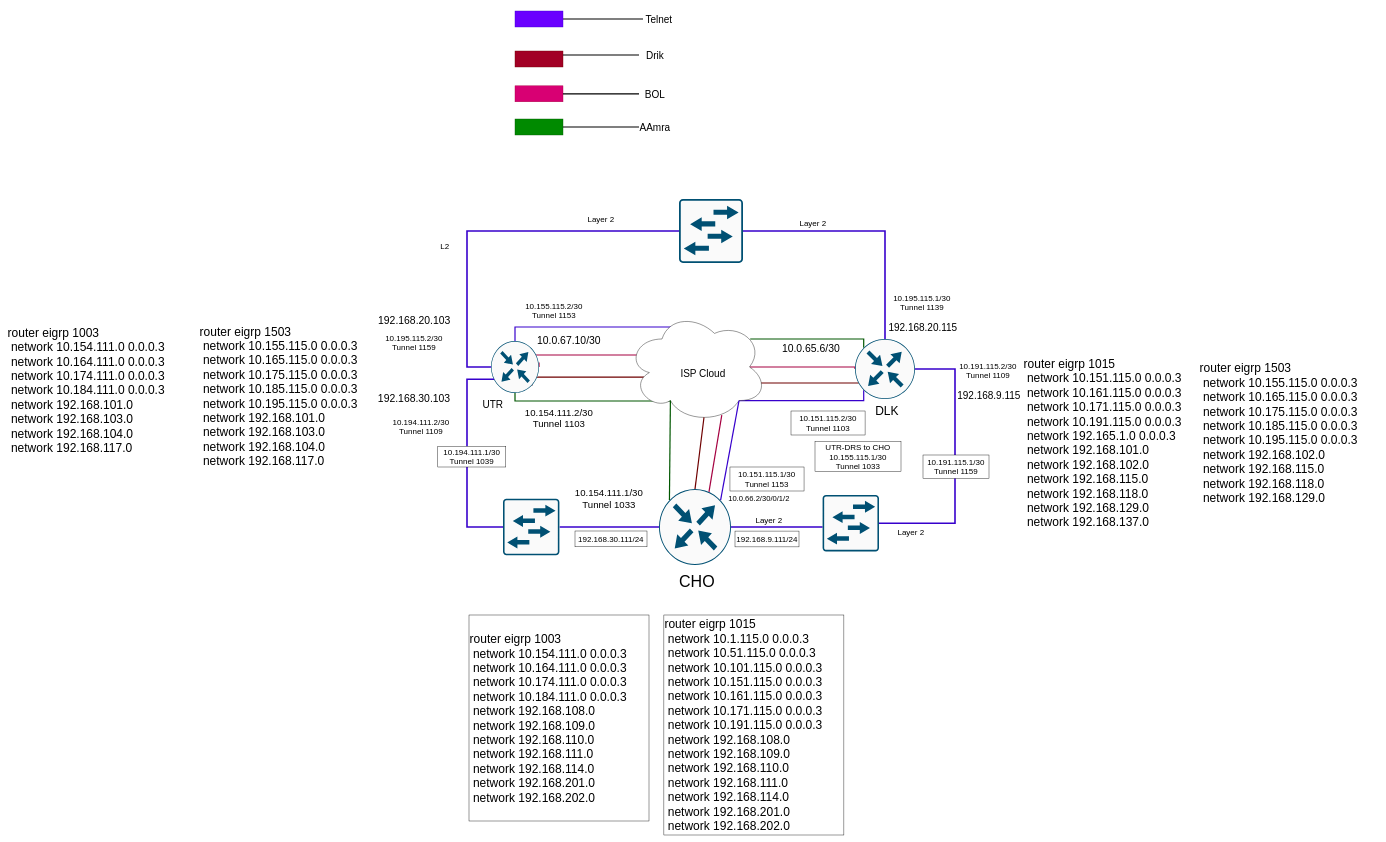
touhidece/prtg-addons keeps this draw.io diagram as Topology.drawio. Above is the earlier version. Source tidied: cells renumbered, new cells numbered last; positions are measured from the earlier drawing's top-left corner, leaving out a move shared by most shapes. Both pictures are drawn from the tidied source at 40%, with x=0, y=0 at pixel (7, 7).
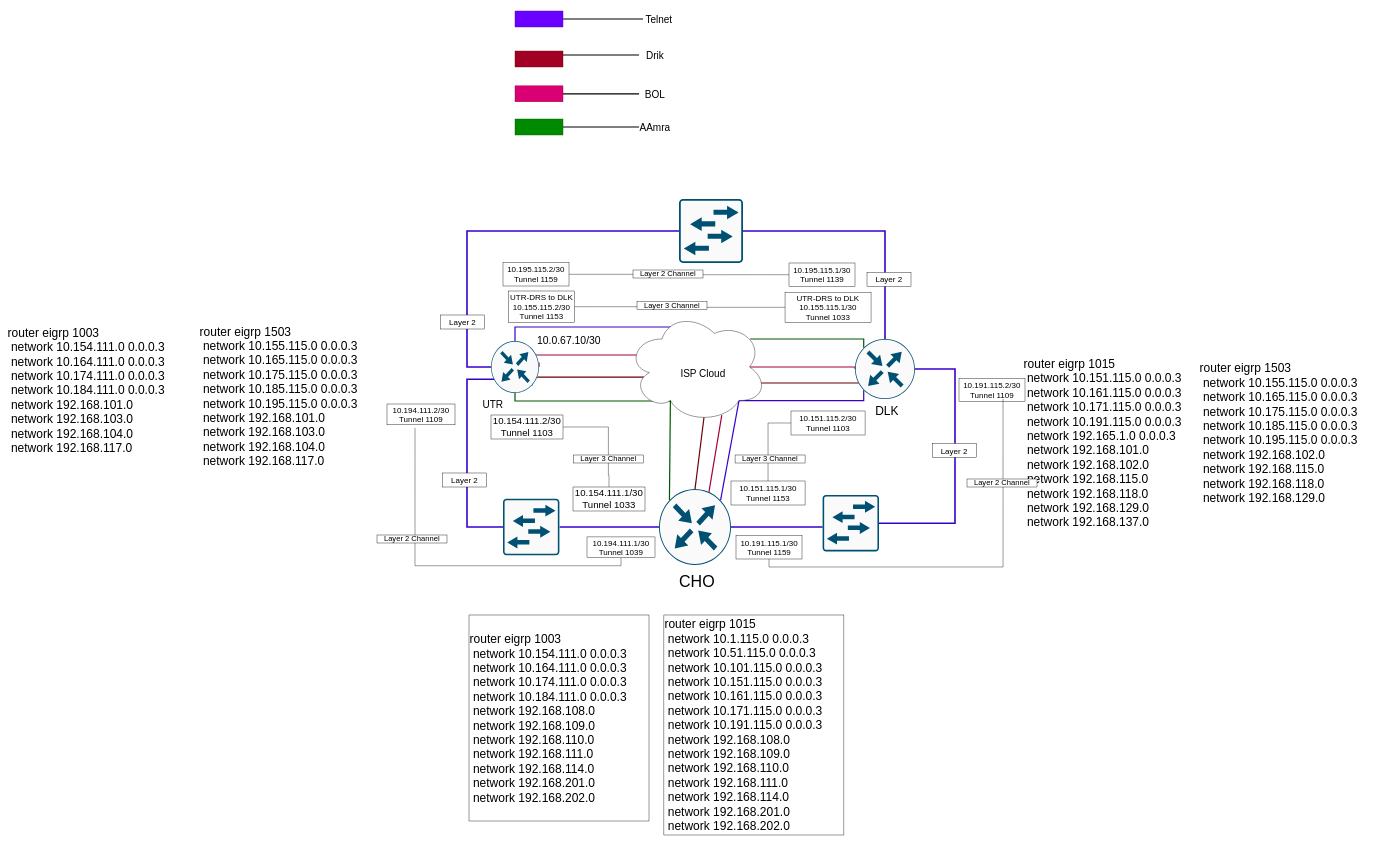
The same diagram, later.

Unchanged cells that the change refers to:
```xml
<mxCell id="57" value="&lt;font style=&quot;font-size: 20px&quot;&gt;&lt;span&gt;10.151.115.2/30&lt;/span&gt;&lt;br&gt;&lt;span&gt;Tunnel 1103&lt;/span&gt;&lt;br&gt;&lt;/font&gt;" style="text;html=1;fillColor=none;align=center;verticalAlign=middle;whiteSpace=wrap;rounded=0;strokeColor=#000000;" parent="1" vertex="1">
  <mxGeometry x="1960" y="1010" width="185.2" height="60" as="geometry" />
</mxCell>
```

Change to the diagram source:
```diff
@@
-    <mxCell id="31" value="&lt;font style=&quot;font-size: 20px&quot;&gt;L2&lt;/font&gt;" style="text;html=1;strokeColor=none;fillColor=none;align=center;verticalAlign=middle;whiteSpace=wrap;rounded=0;" parent="1" vertex="1">
-      <mxGeometry x="1070" y="580" width="50" height="35" as="geometry" />
-    </mxCell>
@@
-    <mxCell id="44" value="&lt;font style=&quot;font-size: 20px&quot;&gt;192.168.9.111/24&lt;/font&gt;" style="text;html=1;fillColor=none;align=center;verticalAlign=middle;whiteSpace=wrap;rounded=0;strokeWidth=1;strokeColor=#000000;" parent="1" vertex="1">
-      <mxGeometry x="1820" y="1310.2" width="160" height="39.5" as="geometry" />
-    </mxCell>
-    <mxCell id="45" value="&lt;font style=&quot;font-size: 20px&quot;&gt;&lt;font style=&quot;font-size: 20px&quot;&gt;192.168.30.111&lt;/font&gt;&lt;font style=&quot;font-size: 20px&quot;&gt;/24&lt;/font&gt;&lt;/font&gt;" style="text;html=1;fillColor=none;align=center;verticalAlign=middle;whiteSpace=wrap;rounded=0;strokeWidth=1;strokeColor=#000000;" parent="1" vertex="1">
-      <mxGeometry x="1420" y="1310" width="180" height="39.5" as="geometry" />
-    </mxCell>
-    <mxCell id="46" value="&lt;font style=&quot;font-size: 19px&quot;&gt;10.0.66.2/30/0/1/2&lt;/font&gt;" style="text;html=1;strokeColor=none;fillColor=none;align=center;verticalAlign=middle;whiteSpace=wrap;rounded=0;strokeWidth=8;" parent="1" vertex="1">
-      <mxGeometry x="1800" y="1210" width="160" height="39.5" as="geometry" />
-    </mxCell>
-    <mxCell id="47" value="&lt;font style=&quot;font-size: 26px&quot;&gt;192.168.20.103&lt;/font&gt;" style="text;html=1;strokeColor=none;fillColor=none;align=center;verticalAlign=middle;whiteSpace=wrap;rounded=0;" parent="1" vertex="1">
-      <mxGeometry x="915.5" y="768.5" width="204.5" height="30" as="geometry" />
-    </mxCell>
-    <mxCell id="48" value="&lt;span style=&quot;font-size: 26px&quot;&gt;192.168.30.103&lt;/span&gt;" style="text;html=1;strokeColor=none;fillColor=none;align=center;verticalAlign=middle;whiteSpace=wrap;rounded=0;" parent="1" vertex="1">
-      <mxGeometry x="927.8" y="970" width="180" height="20" as="geometry" />
-    </mxCell>
@@
-    <mxCell id="50" value="&lt;span style=&quot;font-size: 25px&quot;&gt;192.168.9.115&lt;/span&gt;" style="text;html=1;strokeColor=none;fillColor=none;align=center;verticalAlign=middle;whiteSpace=wrap;rounded=0;strokeWidth=8;" parent="1" vertex="1">
-      <mxGeometry x="2370" y="950.5" width="170" height="39.5" as="geometry" />
-    </mxCell>
-    <mxCell id="51" value="&lt;span style=&quot;font-size: 25px&quot;&gt;192.168.20.115&lt;/span&gt;" style="text;html=1;strokeColor=none;fillColor=none;align=center;verticalAlign=middle;whiteSpace=wrap;rounded=0;strokeWidth=8;" parent="1" vertex="1">
-      <mxGeometry x="2200" y="780" width="180" height="39.5" as="geometry" />
-    </mxCell>
-    <mxCell id="52" value="&lt;span style=&quot;font-size: 26px&quot;&gt;10.0.65.6/30&lt;/span&gt;" style="text;html=1;strokeColor=none;fillColor=none;align=center;verticalAlign=middle;whiteSpace=wrap;rounded=0;" parent="1" vertex="1">
-      <mxGeometry x="1920" y="830" width="179.5" height="50" as="geometry" />
-    </mxCell>
@@
+    <mxCell id="75" style="edgeStyle=orthogonalEdgeStyle;rounded=0;jettySize=auto;html=1;exitX=0.5;exitY=0;exitDx=0;exitDy=0;entryX=1;entryY=0.5;entryDx=0;entryDy=0;endArrow=none;endFill=0;" parent="1" edge="1" source="85" target="62">
+      <mxGeometry relative="1" as="geometry" />
+    </mxCell>
-    <mxCell id="54" value="&lt;font&gt;&lt;span style=&quot;font-size: 24px&quot;&gt;10.154.111.1/30&lt;/span&gt;&lt;br&gt;&lt;span style=&quot;font-size: 24px&quot;&gt;Tunnel 1033&lt;/span&gt;&lt;br&gt;&lt;/font&gt;" style="text;html=1;strokeColor=none;fillColor=none;align=center;verticalAlign=middle;whiteSpace=wrap;rounded=0;" parent="1" vertex="1">
+    <mxCell id="54" value="&lt;font&gt;&lt;span style=&quot;font-size: 24px&quot;&gt;10.154.111.1/30&lt;/span&gt;&lt;br&gt;&lt;span style=&quot;font-size: 24px&quot;&gt;Tunnel 1033&lt;/span&gt;&lt;br&gt;&lt;/font&gt;" style="text;html=1;fillColor=none;align=center;verticalAlign=middle;whiteSpace=wrap;rounded=0;strokeColor=#000000;" parent="1" vertex="1">
       <mxGeometry x="1415" y="1200" width="180" height="60" as="geometry" />
     </mxCell>
+    <mxCell id="76" style="edgeStyle=orthogonalEdgeStyle;rounded=0;jettySize=auto;html=1;exitX=0.5;exitY=1;exitDx=0;exitDy=0;entryX=0.412;entryY=1.144;entryDx=0;entryDy=0;entryPerimeter=0;endArrow=none;endFill=0;" parent="1" edge="1" source="55" target="63">
+      <mxGeometry relative="1" as="geometry" />
+    </mxCell>
     <mxCell id="55" value="&lt;font style=&quot;font-size: 20px&quot;&gt;10.194.111.1/30&lt;br&gt;Tunnel 1039&lt;br&gt;&lt;/font&gt;" style="text;html=1;align=center;verticalAlign=middle;whiteSpace=wrap;rounded=0;strokeColor=#000000;fillColor=#ffffff;" parent="1" vertex="1">
-      <mxGeometry x="1077" y="1098" width="170" height="52" as="geometry" />
+      <mxGeometry x="1450" y="1324.8" width="170" height="52" as="geometry" />
     </mxCell>
     <mxCell id="56" value="&lt;font style=&quot;font-size: 20px&quot;&gt;&lt;span&gt;10.151.115.1/30&lt;/span&gt;&lt;br&gt;&lt;span&gt;Tunnel 1153&lt;/span&gt;&lt;br&gt;&lt;/font&gt;" style="text;html=1;fillColor=none;align=center;verticalAlign=middle;whiteSpace=wrap;rounded=0;strokeColor=#000000;" parent="1" vertex="1">
-      <mxGeometry x="1807.4" y="1150" width="185.2" height="60" as="geometry" />
+      <mxGeometry x="1810" y="1185" width="185.2" height="60" as="geometry" />
     </mxCell>
+    <mxCell id="77" style="edgeStyle=orthogonalEdgeStyle;rounded=0;jettySize=auto;html=1;exitX=0;exitY=0.5;exitDx=0;exitDy=0;endArrow=none;endFill=0;" parent="1" edge="1" source="57" target="56">
+      <mxGeometry relative="1" as="geometry" />
+    </mxCell>
@@
-    <mxCell id="58" value="&lt;font style=&quot;font-size: 20px&quot;&gt;&lt;span&gt;10.191.115.2/30&lt;/span&gt;&lt;br&gt;&lt;span&gt;Tunnel 1109&lt;/span&gt;&lt;br&gt;&lt;/font&gt;" style="text;html=1;strokeColor=none;fillColor=none;align=center;verticalAlign=middle;whiteSpace=wrap;rounded=0;" parent="1" vertex="1">
-      <mxGeometry x="2370" y="880" width="165" height="58.5" as="geometry" />
+    <mxCell id="58" value="&lt;font style=&quot;font-size: 20px&quot;&gt;&lt;span&gt;10.191.115.2/30&lt;/span&gt;&lt;br&gt;&lt;span&gt;Tunnel 1109&lt;/span&gt;&lt;br&gt;&lt;/font&gt;" style="text;html=1;align=center;verticalAlign=middle;whiteSpace=wrap;rounded=0;strokeColor=#000000;fillColor=#ffffff;" parent="1" vertex="1">
+      <mxGeometry x="2380" y="928.2" width="165" height="58.5" as="geometry" />
     </mxCell>
-    <mxCell id="59" value="&lt;font&gt;&lt;span style=&quot;font-size: 20px&quot;&gt;10.195.115.1/30&lt;/span&gt;&lt;br&gt;&lt;span style=&quot;font-size: 20px&quot;&gt;Tunnel 1139&lt;/span&gt;&lt;br&gt;&lt;/font&gt;" style="text;html=1;strokeColor=none;fillColor=none;align=center;verticalAlign=middle;whiteSpace=wrap;rounded=0;" parent="1" vertex="1">
-      <mxGeometry x="2205" y="710" width="165" height="58.5" as="geometry" />
+    <mxCell id="59" value="&lt;font&gt;&lt;span style=&quot;font-size: 20px&quot;&gt;10.195.115.1/30&lt;/span&gt;&lt;br&gt;&lt;span style=&quot;font-size: 20px&quot;&gt;Tunnel 1139&lt;/span&gt;&lt;br&gt;&lt;/font&gt;" style="text;html=1;fillColor=none;align=center;verticalAlign=middle;whiteSpace=wrap;rounded=0;strokeColor=#000000;" parent="1" vertex="1">
+      <mxGeometry x="1955" y="640" width="165" height="58.5" as="geometry" />
     </mxCell>
-    <mxCell id="60" value="&lt;font&gt;&lt;span style=&quot;font-size: 20px&quot;&gt;UTR-DRS to CHO&lt;br&gt;10.155.115.1/30&lt;/span&gt;&lt;br&gt;&lt;span style=&quot;font-size: 20px&quot;&gt;Tunnel 1033&lt;/span&gt;&lt;br&gt;&lt;/font&gt;" style="text;html=1;fillColor=none;align=center;verticalAlign=middle;whiteSpace=wrap;rounded=0;strokeColor=#000000;" parent="1" vertex="1">
-      <mxGeometry x="2020" y="1086.4" width="215" height="75.2" as="geometry" />
+    <mxCell id="60" value="&lt;font&gt;&lt;span style=&quot;font-size: 20px&quot;&gt;UTR-DRS to DLK&lt;br&gt;10.155.115.1/30&lt;/span&gt;&lt;br&gt;&lt;span style=&quot;font-size: 20px&quot;&gt;Tunnel 1033&lt;/span&gt;&lt;br&gt;&lt;/font&gt;" style="text;html=1;fillColor=none;align=center;verticalAlign=middle;whiteSpace=wrap;rounded=0;strokeColor=#000000;" parent="1" vertex="1">
+      <mxGeometry x="1945.1" y="713.2" width="215" height="75.2" as="geometry" />
     </mxCell>
+    <mxCell id="78" style="edgeStyle=orthogonalEdgeStyle;rounded=0;jettySize=auto;html=1;exitX=1;exitY=0.5;exitDx=0;exitDy=0;entryX=0;entryY=0.5;entryDx=0;entryDy=0;endArrow=none;endFill=0;fontSize=19;" parent="1" edge="1" source="61" target="60">
+      <mxGeometry relative="1" as="geometry" />
+    </mxCell>
-    <mxCell id="61" value="&lt;font&gt;&lt;span style=&quot;font-size: 20px&quot;&gt;10.155.115.2/30&lt;/span&gt;&lt;br&gt;&lt;span style=&quot;font-size: 20px&quot;&gt;Tunnel 1153&lt;/span&gt;&lt;br&gt;&lt;/font&gt;" style="text;html=1;strokeColor=none;fillColor=none;align=center;verticalAlign=middle;whiteSpace=wrap;rounded=0;" parent="1" vertex="1">
-      <mxGeometry x="1285" y="730" width="165" height="58.5" as="geometry" />
+    <mxCell id="61" value="&lt;font&gt;&lt;span style=&quot;font-size: 20px&quot;&gt;UTR-DRS to DLK&lt;br&gt;10.155.115.2/30&lt;/span&gt;&lt;br&gt;&lt;span style=&quot;font-size: 20px&quot;&gt;Tunnel 1153&lt;/span&gt;&lt;br&gt;&lt;/font&gt;" style="text;html=1;fillColor=none;align=center;verticalAlign=middle;whiteSpace=wrap;rounded=0;strokeColor=#000000;" parent="1" vertex="1">
+      <mxGeometry x="1254" y="710" width="165" height="78.5" as="geometry" />
     </mxCell>
-    <mxCell id="62" value="&lt;font&gt;&lt;span style=&quot;font-size: 24px&quot;&gt;10.154.111.2/30&lt;/span&gt;&lt;br&gt;&lt;span style=&quot;font-size: 24px&quot;&gt;Tunnel 1103&lt;/span&gt;&lt;br&gt;&lt;/font&gt;" style="text;html=1;strokeColor=none;fillColor=none;align=center;verticalAlign=middle;whiteSpace=wrap;rounded=0;" parent="1" vertex="1">
-      <mxGeometry x="1290" y="997.5" width="180" height="60" as="geometry" />
+    <mxCell id="62" value="&lt;font&gt;&lt;span style=&quot;font-size: 24px&quot;&gt;10.154.111.2/30&lt;/span&gt;&lt;br&gt;&lt;span style=&quot;font-size: 24px&quot;&gt;Tunnel 1103&lt;/span&gt;&lt;br&gt;&lt;/font&gt;" style="text;html=1;fillColor=none;align=center;verticalAlign=middle;whiteSpace=wrap;rounded=0;strokeColor=#000000;" parent="1" vertex="1">
+      <mxGeometry x="1210" y="1020" width="180" height="60" as="geometry" />
     </mxCell>
-    <mxCell id="63" value="&lt;font style=&quot;font-size: 20px&quot;&gt;10.194.111.2/30&lt;br&gt;Tunnel 1109&lt;br&gt;&lt;/font&gt;" style="text;html=1;strokeColor=none;fillColor=none;align=center;verticalAlign=middle;whiteSpace=wrap;rounded=0;" parent="1" vertex="1">
-      <mxGeometry x="950" y="1022.5" width="170" height="52" as="geometry" />
+    <mxCell id="63" value="&lt;font style=&quot;font-size: 20px&quot;&gt;10.194.111.2/30&lt;br&gt;Tunnel 1109&lt;br&gt;&lt;/font&gt;" style="text;html=1;fillColor=none;align=center;verticalAlign=middle;whiteSpace=wrap;rounded=0;strokeColor=#000000;" parent="1" vertex="1">
+      <mxGeometry x="950" y="992.5" width="170" height="52" as="geometry" />
     </mxCell>
+    <mxCell id="79" style="edgeStyle=orthogonalEdgeStyle;rounded=0;jettySize=auto;html=1;exitX=1;exitY=0.5;exitDx=0;exitDy=0;entryX=0;entryY=0.5;entryDx=0;entryDy=0;endArrow=none;endFill=0;" parent="1" edge="1" source="64" target="59">
+      <mxGeometry relative="1" as="geometry" />
+    </mxCell>
-    <mxCell id="64" value="&lt;font&gt;&lt;span style=&quot;font-size: 20px&quot;&gt;10.195.115.2/30&lt;/span&gt;&lt;br&gt;&lt;span style=&quot;font-size: 20px&quot;&gt;Tunnel 1159&lt;/span&gt;&lt;br&gt;&lt;/font&gt;" style="text;html=1;strokeColor=none;fillColor=none;align=center;verticalAlign=middle;whiteSpace=wrap;rounded=0;" parent="1" vertex="1">
-      <mxGeometry x="935.2" y="810" width="165" height="58.5" as="geometry" />
+    <mxCell id="64" value="&lt;font&gt;&lt;span style=&quot;font-size: 20px&quot;&gt;10.195.115.2/30&lt;/span&gt;&lt;br&gt;&lt;span style=&quot;font-size: 20px&quot;&gt;Tunnel 1159&lt;/span&gt;&lt;br&gt;&lt;/font&gt;" style="text;html=1;fillColor=none;align=center;verticalAlign=middle;whiteSpace=wrap;rounded=0;strokeColor=#000000;" parent="1" vertex="1">
+      <mxGeometry x="1240" y="639" width="165" height="58.5" as="geometry" />
     </mxCell>
@@
-    <mxCell id="70" value="Layer 2" style="text;html=1;strokeColor=none;fillColor=none;align=center;verticalAlign=middle;whiteSpace=wrap;rounded=0;fontSize=20;" parent="1" vertex="1">
-      <mxGeometry x="1430" y="520" width="110" height="20" as="geometry" />
-    </mxCell>
-    <mxCell id="71" value="Layer 2" style="text;html=1;strokeColor=none;fillColor=none;align=center;verticalAlign=middle;whiteSpace=wrap;rounded=0;fontSize=20;" parent="1" vertex="1">
-      <mxGeometry x="1960" y="530" width="110" height="20" as="geometry" />
-    </mxCell>
-    <mxCell id="72" value="Layer 2" style="text;html=1;fillColor=none;align=center;verticalAlign=middle;whiteSpace=wrap;rounded=0;fontSize=20;" parent="1" vertex="1">
-      <mxGeometry x="2205" y="1301.5" width="110" height="20" as="geometry" />
-    </mxCell>
-    <mxCell id="73" value="Layer 2" style="text;html=1;strokeColor=none;fillColor=none;align=center;verticalAlign=middle;whiteSpace=wrap;rounded=0;fontSize=20;" parent="1" vertex="1">
-      <mxGeometry x="1850" y="1271.5" width="110" height="20" as="geometry" />
-    </mxCell>
+    <mxCell id="80" style="edgeStyle=orthogonalEdgeStyle;rounded=0;jettySize=auto;html=1;exitX=0.5;exitY=1;exitDx=0;exitDy=0;entryX=0.667;entryY=0.885;entryDx=0;entryDy=0;entryPerimeter=0;endArrow=none;endFill=0;fontSize=19;" parent="1" edge="1" source="74" target="58">
+      <mxGeometry relative="1" as="geometry" />
+    </mxCell>
     <mxCell id="74" value="&lt;font style=&quot;font-size: 20px&quot;&gt;&lt;span&gt;10.191.115.1/30&lt;/span&gt;&lt;br&gt;&lt;span&gt;Tunnel 1159&lt;/span&gt;&lt;br&gt;&lt;/font&gt;" style="text;html=1;align=center;verticalAlign=middle;whiteSpace=wrap;rounded=0;strokeColor=#000000;fillColor=#ffffff;" parent="1" vertex="1">
-      <mxGeometry x="2290" y="1120" width="165" height="58.5" as="geometry" />
+      <mxGeometry x="1822.5" y="1321.5" width="165" height="58.5" as="geometry" />
     </mxCell>
+    <mxCell id="81" value="Layer 2 Channel" style="text;html=1;align=center;verticalAlign=middle;whiteSpace=wrap;rounded=0;fontSize=19;strokeColor=#000000;fillColor=#ffffff;" parent="1" vertex="1">
+      <mxGeometry x="1565" y="657.5" width="175" height="20" as="geometry" />
+    </mxCell>
+    <mxCell id="82" value="Layer 3 Channel" style="text;html=1;align=center;verticalAlign=middle;whiteSpace=wrap;rounded=0;fontSize=19;strokeColor=#000000;fillColor=#ffffff;" parent="1" vertex="1">
+      <mxGeometry x="1575" y="736.5" width="175" height="20" as="geometry" />
+    </mxCell>
+    <mxCell id="83" value="Layer 2 Channel" style="text;html=1;align=center;verticalAlign=middle;whiteSpace=wrap;rounded=0;fontSize=19;strokeColor=#000000;fillColor=#ffffff;" parent="1" vertex="1">
+      <mxGeometry x="2400" y="1180" width="175" height="20" as="geometry" />
+    </mxCell>
+    <mxCell id="84" value="Layer 3 Channel" style="text;html=1;align=center;verticalAlign=middle;whiteSpace=wrap;rounded=0;fontSize=19;strokeColor=#000000;fillColor=#ffffff;" parent="1" vertex="1">
+      <mxGeometry x="1820.2" y="1120" width="175" height="20" as="geometry" />
+    </mxCell>
+    <mxCell id="85" value="Layer 3 Channel" style="text;html=1;align=center;verticalAlign=middle;whiteSpace=wrap;rounded=0;fontSize=19;strokeColor=#000000;fillColor=#ffffff;" parent="1" vertex="1">
+      <mxGeometry x="1416" y="1120" width="175" height="20" as="geometry" />
+    </mxCell>
+    <mxCell id="86" style="edgeStyle=orthogonalEdgeStyle;rounded=0;jettySize=auto;html=1;exitX=0.5;exitY=0;exitDx=0;exitDy=0;entryX=0.5;entryY=1;entryDx=0;entryDy=0;endArrow=none;endFill=0;" parent="1" edge="1" source="54" target="85">
+      <mxGeometry relative="1" as="geometry" />
+    </mxCell>
+    <mxCell id="87" value="Layer 2 Channel" style="text;html=1;align=center;verticalAlign=middle;whiteSpace=wrap;rounded=0;fontSize=19;strokeColor=#000000;fillColor=#ffffff;" parent="1" vertex="1">
+      <mxGeometry x="925" y="1320" width="175" height="20" as="geometry" />
+    </mxCell>
+    <mxCell id="88" value="Layer 2" style="text;html=1;align=center;verticalAlign=middle;whiteSpace=wrap;rounded=0;fontSize=20;strokeColor=#000000;fillColor=#ffffff;" parent="1" vertex="1">
+      <mxGeometry x="1089" y="1165" width="110" height="35" as="geometry" />
+    </mxCell>
+    <mxCell id="89" value="Layer 2" style="text;html=1;align=center;verticalAlign=middle;whiteSpace=wrap;rounded=0;fontSize=20;strokeColor=#000000;fillColor=#ffffff;" parent="1" vertex="1">
+      <mxGeometry x="1084" y="770" width="110" height="35" as="geometry" />
+    </mxCell>
+    <mxCell id="90" value="Layer 2" style="text;html=1;align=center;verticalAlign=middle;whiteSpace=wrap;rounded=0;fontSize=20;strokeColor=#000000;fillColor=#ffffff;" parent="1" vertex="1">
+      <mxGeometry x="2150" y="663.5" width="110" height="35" as="geometry" />
+    </mxCell>
+    <mxCell id="91" value="Layer 2" style="text;html=1;align=center;verticalAlign=middle;whiteSpace=wrap;rounded=0;fontSize=20;strokeColor=#000000;fillColor=#ffffff;" parent="1" vertex="1">
+      <mxGeometry x="2313" y="1091" width="110" height="35" as="geometry" />
+    </mxCell>
```
